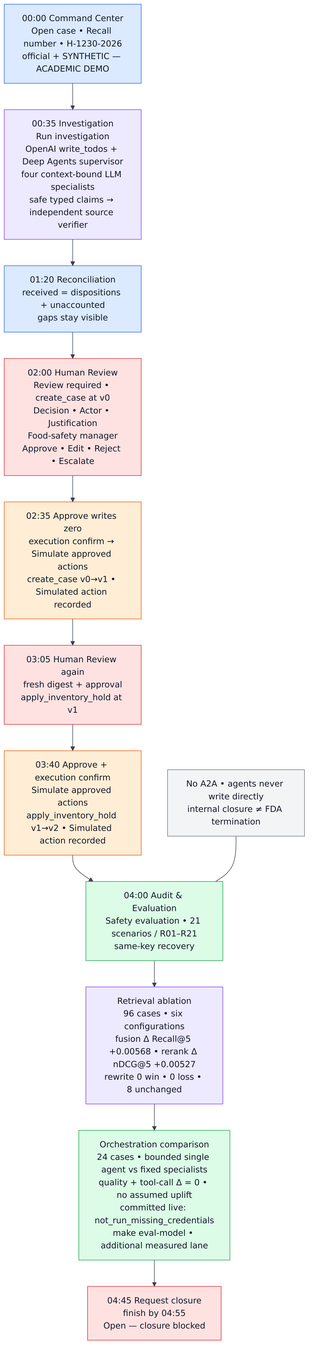
This is docs/images/07_demo_story.png from nagarjunakanamarlapudi/reacall-agents, a Mermaid export, as it was before one commit. Its source is kept beside it as docs/images/07_demo_story.mmd. Source of this version:
```mermaid
flowchart TB
  classDef step fill:#dbeafe,stroke:#2563eb,color:#111827
  classDef agent fill:#ede9fe,stroke:#7c3aed,color:#111827
  classDef human fill:#fee2e2,stroke:#dc2626,color:#111827
  classDef action fill:#ffedd5,stroke:#ea580c,color:#111827
  classDef safe fill:#dcfce7,stroke:#16a34a,color:#111827
  classDef block fill:#f3f4f6,stroke:#6b7280,color:#111827

  A["00:00 Command Center<br/>Open case • Recall number • H-1230-2026<br/>official + SYNTHETIC — ACADEMIC DEMO"]:::step
  B["00:35 Investigation<br/>Run investigation<br/>OpenAI write_todos + Deep Agents supervisor<br/>four context-bound LLM specialists<br/>safe typed claims → independent source verifier"]:::agent
  C["01:20 Reconciliation<br/>received = dispositions + unaccounted<br/>gaps stay visible"]:::step
  D["02:00 Human Review<br/>Review required • create_case at v0<br/>Decision • Actor • Justification<br/>Food-safety manager<br/>Approve • Edit • Reject • Escalate"]:::human
  E["02:35 Approve writes zero<br/>execution confirm → Simulate approved actions<br/>create_case v0→v1 • Simulated action recorded"]:::action
  F["03:05 Human Review again<br/>fresh digest + approval<br/>apply_inventory_hold at v1"]:::human
  G["03:40 Approve + execution confirm<br/>Simulate approved actions<br/>apply_inventory_hold v1→v2 • Simulated action recorded"]:::action
  H["04:00 Audit & Evaluation<br/>Safety evaluation • 21 scenarios / R01–R21<br/>same-key recovery"]:::safe
  J["Retrieval ablation<br/>96 cases • six configurations<br/>fusion Δ Recall@5 +0.00568 • rerank Δ nDCG@5 +0.00527<br/>rewrite 0 win • 0 loss • 8 unchanged"]:::agent
  K["Orchestration comparison<br/>24 cases • bounded single agent vs fixed specialists<br/>quality + tool-call Δ = 0 • no assumed uplift<br/>committed live: not_run_missing_credentials<br/>make eval-model • additional measured lane"]:::safe
  I["04:45 Request closure<br/>finish by 04:55<br/>Open — closure blocked"]:::human

  A --> B --> C --> D --> E --> F --> G --> H --> J --> K --> I
  NOTE["No A2A • agents never write directly<br/>internal closure ≠ FDA termination"]:::block --- H
```
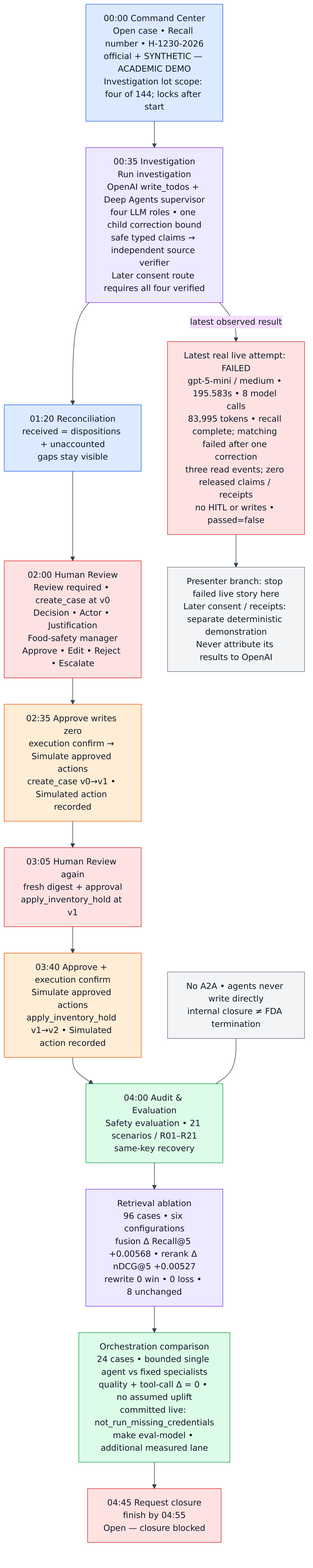
Later version of the same file.

Change to the diagram source:
```diff
@@ -6,8 +6,8 @@
   classDef safe fill:#dcfce7,stroke:#16a34a,color:#111827
   classDef block fill:#f3f4f6,stroke:#6b7280,color:#111827
 
-  A["00:00 Command Center<br/>Open case • Recall number • H-1230-2026<br/>official + SYNTHETIC — ACADEMIC DEMO"]:::step
-  B["00:35 Investigation<br/>Run investigation<br/>OpenAI write_todos + Deep Agents supervisor<br/>four context-bound LLM specialists<br/>safe typed claims → independent source verifier"]:::agent
+  A["00:00 Command Center<br/>Open case • Recall number • H-1230-2026<br/>official + SYNTHETIC — ACADEMIC DEMO<br/>Investigation lot scope: four of 144; locks after start"]:::step
+  B["00:35 Investigation<br/>Run investigation<br/>OpenAI write_todos + Deep Agents supervisor<br/>four LLM roles • one child correction bound<br/>safe typed claims → independent source verifier<br/>Later consent route requires all four verified"]:::agent
   C["01:20 Reconciliation<br/>received = dispositions + unaccounted<br/>gaps stay visible"]:::step
   D["02:00 Human Review<br/>Review required • create_case at v0<br/>Decision • Actor • Justification<br/>Food-safety manager<br/>Approve • Edit • Reject • Escalate"]:::human
   E["02:35 Approve writes zero<br/>execution confirm → Simulate approved actions<br/>create_case v0→v1 • Simulated action recorded"]:::action
@@ -19,4 +19,7 @@
   I["04:45 Request closure<br/>finish by 04:55<br/>Open — closure blocked"]:::human
 
   A --> B --> C --> D --> E --> F --> G --> H --> J --> K --> I
+  FAIL["Latest real live attempt: FAILED<br/>gpt-5-mini / medium • 195.583s • 8 model calls<br/>83,995 tokens • recall complete; matching failed after one correction<br/>three read events; zero released claims / receipts<br/>no HITL or writes • passed=false"]:::human
+  MODE["Presenter branch: stop failed live story here<br/>Later consent / receipts: separate deterministic demonstration<br/>Never attribute its results to OpenAI"]:::block
+  B -->|latest observed result| FAIL --> MODE
   NOTE["No A2A • agents never write directly<br/>internal closure ≠ FDA termination"]:::block --- H
```
